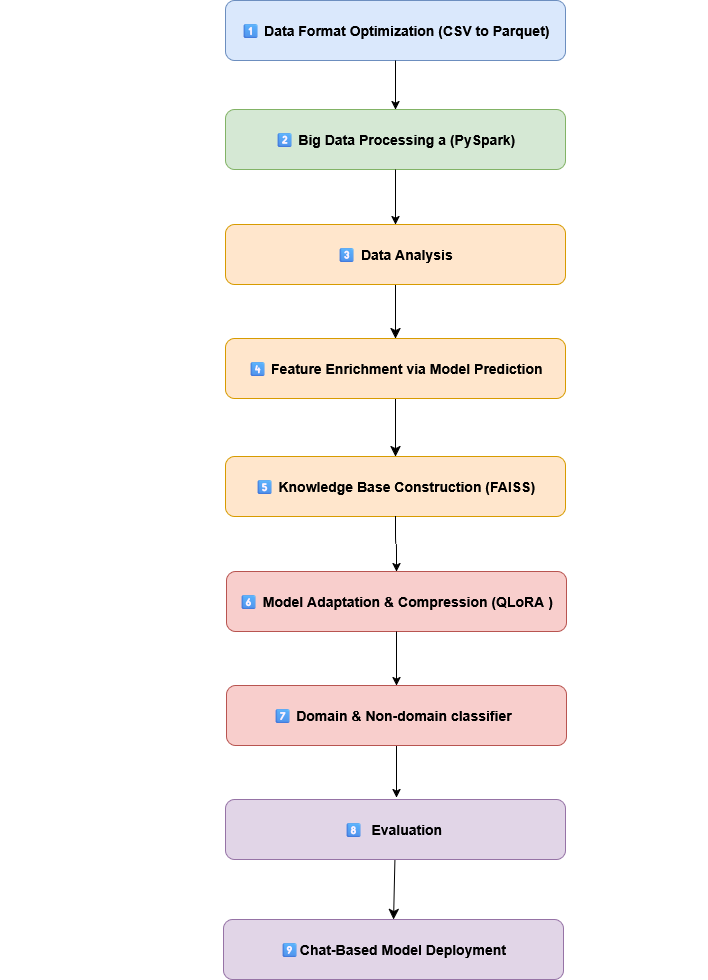
This is imgs/meth.png from be-great/Big_Data_Analytics_in_Healthcare, a draw.io export, as it was before one commit. Source tidied: cells renumbered, new cells last; positions are measured from the earlier drawing's top-left corner, leaving out a move shared by most shapes.
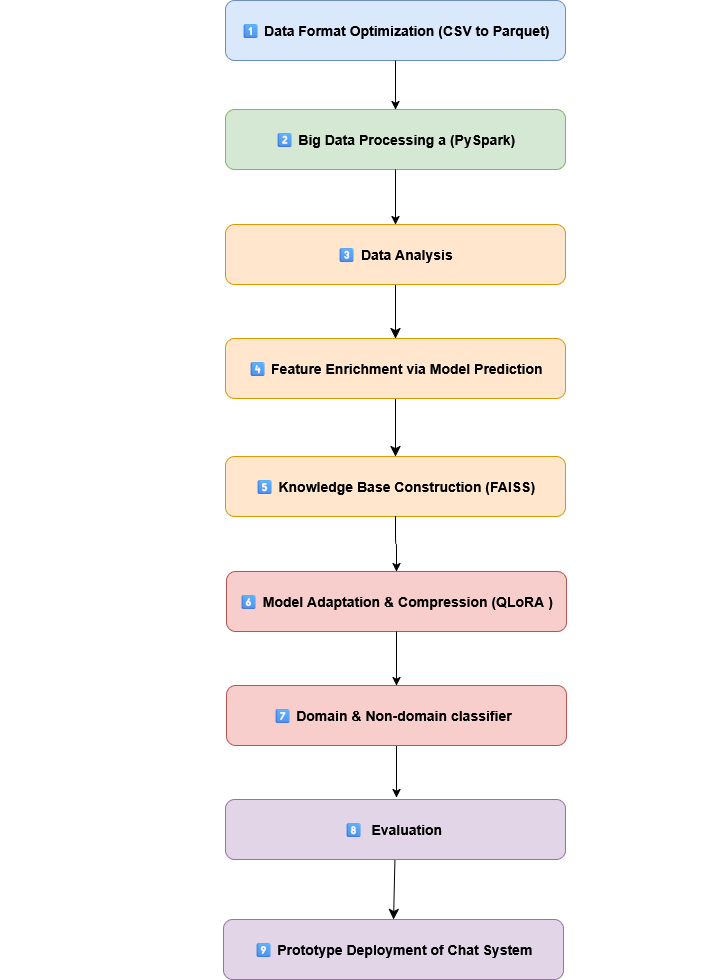
The same file after the commit.

The edit, as a diff of the source:
```diff
@@ -47,7 +47,7 @@
     <mxCell id="16" value="4️⃣&amp;nbsp;Feature Enrichment via Model Prediction" style="rounded=1;whiteSpace=wrap;html=1;fillColor=#ffe6cc;strokeColor=#d79b00;fontSize=14;fontStyle=1;align=center;" parent="1" vertex="1">
       <mxGeometry x="225" y="338" width="340" height="60" as="geometry" />
     </mxCell>
-    <mxCell id="17" value="9️⃣Chat-Based Model Deployment" style="rounded=1;whiteSpace=wrap;html=1;fillColor=#e1d5e7;strokeColor=#9673a6;fontSize=14;fontStyle=1;align=center;" parent="1" vertex="1">
+    <mxCell id="17" value="9️⃣&amp;nbsp;Prototype Deployment of Chat System" style="rounded=1;whiteSpace=wrap;html=1;fillColor=#e1d5e7;strokeColor=#9673a6;fontSize=14;fontStyle=1;align=center;" parent="1" vertex="1">
       <mxGeometry x="223" y="919" width="340" height="60" as="geometry" />
     </mxCell>
     <mxCell id="18" style="edgeStyle=orthogonalEdgeStyle;rounded=0;jettySize=auto;html=1;" parent="1" edge="1" source="19">
```
